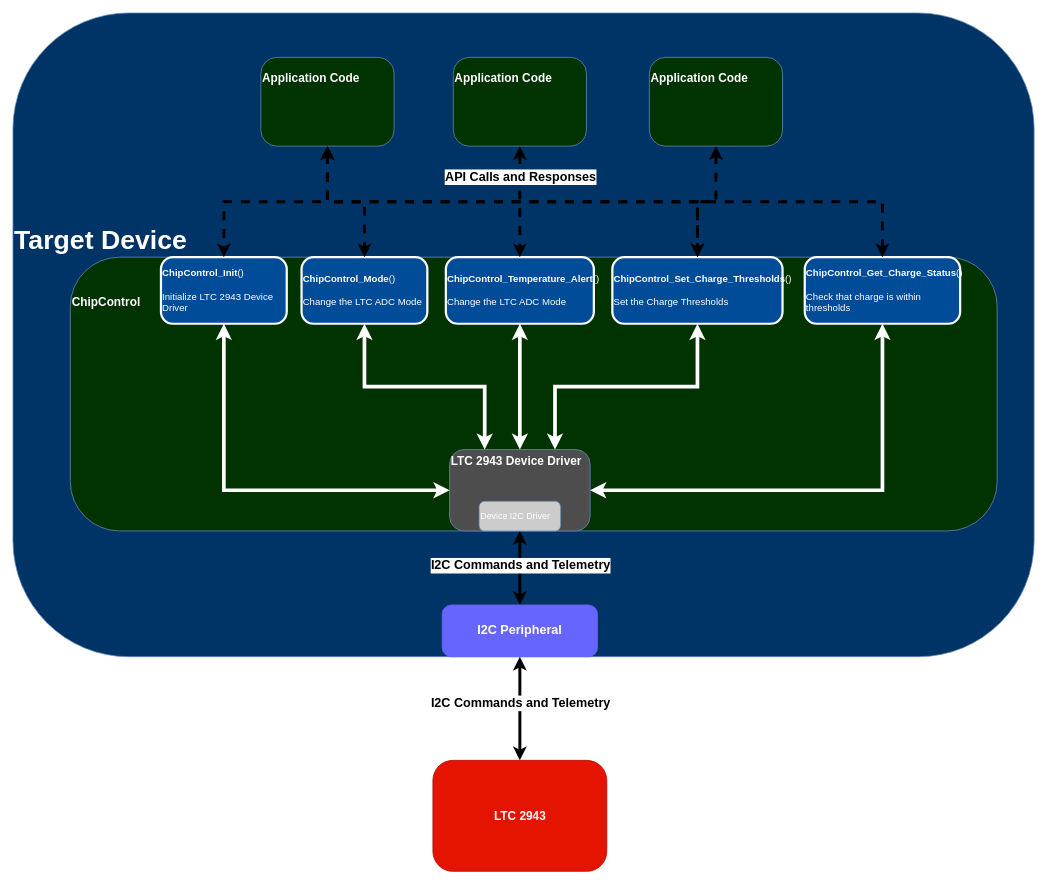
Earlier version of the draw.io diagram ChipControl_Architecture.drawio (lukeedward12/ChipControlDemo). Source tidied: cells renumbered, new cells numbered last; positions are measured from the earlier drawing's top-left corner, leaving out a move shared by most shapes. Both pictures are drawn from the tidied source at 74%, with x=0, y=0 at pixel (13, 13).
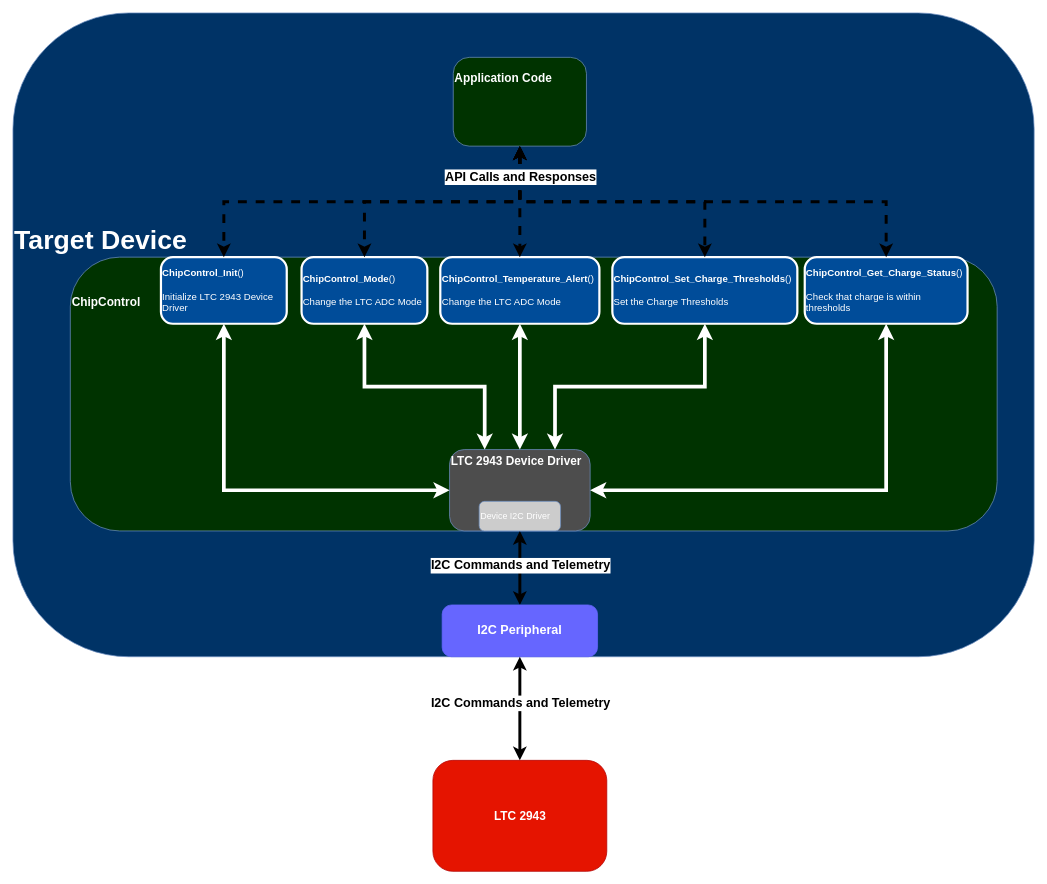
After the change.

The change refers to these unchanged cells:
```xml
<mxCell id="10" value="&lt;font color=&quot;#ffffff&quot; style=&quot;font-size: 13px;&quot;&gt;&lt;b style=&quot;font-size: 13px;&quot;&gt;ChipControl_Init&lt;/b&gt;()&lt;br style=&quot;font-size: 13px;&quot;&gt;&lt;br style=&quot;font-size: 13px;&quot;&gt;Initialize LTC 2943 Device Driver&lt;/font&gt;" style="rounded=1;whiteSpace=wrap;html=1;fillColor=#004C99;strokeColor=#FFFFFF;gradientColor=none;align=left;arcSize=18;strokeWidth=3;fontSize=13;" parent="1" vertex="1">
  <mxGeometry x="200" y="330" width="170" height="90" as="geometry" />
</mxCell>
<mxCell id="12" value="&lt;div style=&quot;line-height: 150%; font-size: 16px;&quot;&gt;&lt;span style=&quot;background-color: initial; color: rgb(255, 255, 255); font-size: 16px;&quot;&gt;Application Code&lt;/span&gt;&lt;br style=&quot;font-size: 16px;&quot;&gt;&lt;/div&gt;" style="rounded=1;whiteSpace=wrap;html=1;fillColor=#003300;strokeColor=#6c8ebf;gradientColor=none;align=left;arcSize=18;spacingTop=-65;fontSize=16;fontStyle=1;" parent="1" vertex="1">
  <mxGeometry x="595" y="60" width="180" height="120" as="geometry" />
</mxCell>
<mxCell id="14" value="&lt;font color=&quot;#ffffff&quot; style=&quot;font-size: 13px;&quot;&gt;&lt;b style=&quot;font-size: 13px;&quot;&gt;ChipControl_Mode&lt;/b&gt;()&lt;br style=&quot;font-size: 13px;&quot;&gt;&lt;br style=&quot;font-size: 13px;&quot;&gt;Change the LTC ADC Mode&lt;br style=&quot;font-size: 13px;&quot;&gt;&lt;/font&gt;" style="rounded=1;whiteSpace=wrap;html=1;fillColor=#004C99;strokeColor=#FFFFFF;gradientColor=none;align=left;arcSize=18;strokeWidth=3;fontSize=13;" parent="1" vertex="1">
  <mxGeometry x="390" y="330" width="170" height="90" as="geometry" />
</mxCell>
```

Diff of the diagram source:
```diff
@@
-    <mxCell id="11" value="&lt;div style=&quot;line-height: 150%; font-size: 16px;&quot;&gt;&lt;span style=&quot;background-color: initial; color: rgb(255, 255, 255); font-size: 16px;&quot;&gt;Application Code&lt;/span&gt;&lt;br style=&quot;font-size: 16px;&quot;&gt;&lt;/div&gt;" style="rounded=1;whiteSpace=wrap;html=1;fillColor=#003300;strokeColor=#6c8ebf;gradientColor=none;align=left;arcSize=18;spacingTop=-65;fontSize=16;fontStyle=1;" parent="1" vertex="1">
-      <mxGeometry x="335" y="60" width="180" height="120" as="geometry" />
-    </mxCell>
@@
-    <mxCell id="13" value="&lt;div style=&quot;line-height: 150%; font-size: 16px;&quot;&gt;&lt;span style=&quot;background-color: initial; color: rgb(255, 255, 255); font-size: 16px;&quot;&gt;Application Code&lt;/span&gt;&lt;br style=&quot;font-size: 16px;&quot;&gt;&lt;/div&gt;" style="rounded=1;whiteSpace=wrap;html=1;fillColor=#003300;strokeColor=#6c8ebf;gradientColor=none;align=left;arcSize=18;spacingTop=-65;fontSize=16;fontStyle=1;" parent="1" vertex="1">
-      <mxGeometry x="860" y="60" width="180" height="120" as="geometry" />
-    </mxCell>
@@
     <mxCell id="15" value="&lt;font color=&quot;#ffffff&quot; style=&quot;font-size: 13px;&quot;&gt;&lt;b style=&quot;font-size: 13px;&quot;&gt;ChipControl_Temperature_Alert&lt;/b&gt;()&lt;br style=&quot;font-size: 13px;&quot;&gt;&lt;br style=&quot;font-size: 13px;&quot;&gt;Change the LTC ADC Mode&lt;br style=&quot;font-size: 13px;&quot;&gt;&lt;/font&gt;" style="rounded=1;whiteSpace=wrap;html=1;fillColor=#004C99;strokeColor=#FFFFFF;gradientColor=none;align=left;arcSize=18;strokeWidth=3;fontSize=13;" parent="1" vertex="1">
-      <mxGeometry x="585" y="330" width="200" height="90" as="geometry" />
+      <mxGeometry x="577.5" y="330" width="215" height="90" as="geometry" />
     </mxCell>
     <mxCell id="16" value="&lt;font color=&quot;#ffffff&quot; style=&quot;font-size: 13px;&quot;&gt;&lt;b style=&quot;font-size: 13px;&quot;&gt;ChipControl_Get_Charge_Status&lt;/b&gt;()&lt;br style=&quot;font-size: 13px;&quot;&gt;&lt;br style=&quot;font-size: 13px;&quot;&gt;Check that charge is within thresholds&lt;br style=&quot;font-size: 13px;&quot;&gt;&lt;/font&gt;" style="rounded=1;whiteSpace=wrap;html=1;fillColor=#004C99;strokeColor=#FFFFFF;gradientColor=none;align=left;arcSize=18;strokeWidth=3;fontSize=13;" parent="1" vertex="1">
-      <mxGeometry x="1070" y="330" width="210" height="90" as="geometry" />
+      <mxGeometry x="1070" y="330" width="220" height="90" as="geometry" />
     </mxCell>
     <mxCell id="17" value="&lt;font color=&quot;#ffffff&quot; style=&quot;font-size: 13px;&quot;&gt;&lt;b style=&quot;font-size: 13px;&quot;&gt;ChipControl_Set_Charge_Thresholds&lt;/b&gt;()&lt;br style=&quot;font-size: 13px;&quot;&gt;&lt;br style=&quot;font-size: 13px;&quot;&gt;Set the Charge Thresholds&lt;br style=&quot;font-size: 13px;&quot;&gt;&lt;/font&gt;" style="rounded=1;whiteSpace=wrap;html=1;fillColor=#004C99;strokeColor=#FFFFFF;gradientColor=none;align=left;arcSize=18;strokeWidth=3;fontSize=13;" parent="1" vertex="1">
-      <mxGeometry x="810" y="330" width="230" height="90" as="geometry" />
+      <mxGeometry x="810" y="330" width="250" height="90" as="geometry" />
     </mxCell>
@@
-    <mxCell id="22" style="edgeStyle=orthogonalEdgeStyle;rounded=0;jettySize=auto;html=1;exitX=0.5;exitY=1;exitDx=0;exitDy=0;entryX=0.5;entryY=0;entryDx=0;entryDy=0;startArrow=classic;startFill=1;strokeWidth=4;fontSize=42;fontStyle=1;dashed=1;" parent="1" edge="1" source="12" target="15">
-      <mxGeometry relative="1" as="geometry" />
-    </mxCell>
-    <mxCell id="23" value="&lt;font size=&quot;1&quot; style=&quot;&quot;&gt;&lt;b style=&quot;font-size: 17px;&quot;&gt;API Calls and Responses&lt;/b&gt;&lt;/font&gt;" style="edgeLabel;html=1;align=center;verticalAlign=middle;" parent="22" vertex="1">
-      <mxGeometry x="-0.18" y="4" relative="1" as="geometry">
-        <mxPoint x="-4" y="-21" as="offset" />
-      </mxGeometry>
-    </mxCell>
-    <mxCell id="24" style="edgeStyle=orthogonalEdgeStyle;rounded=0;jettySize=auto;html=1;exitX=0.5;exitY=1;exitDx=0;exitDy=0;startArrow=classic;startFill=1;strokeWidth=4;fontSize=42;fontStyle=1;dashed=1;" parent="1" edge="1" source="11" target="14">
-      <mxGeometry relative="1" as="geometry" />
-    </mxCell>
-    <mxCell id="25" style="edgeStyle=orthogonalEdgeStyle;rounded=0;jettySize=auto;html=1;exitX=0.5;exitY=1;exitDx=0;exitDy=0;startArrow=classic;startFill=1;strokeWidth=4;fontSize=42;fontStyle=1;dashed=1;entryX=0.5;entryY=0;entryDx=0;entryDy=0;" parent="1" edge="1" source="11" target="10">
-      <mxGeometry relative="1" as="geometry" />
-    </mxCell>
-    <mxCell id="26" style="edgeStyle=orthogonalEdgeStyle;rounded=0;jettySize=auto;html=1;exitX=0.5;exitY=1;exitDx=0;exitDy=0;startArrow=classic;startFill=1;strokeWidth=4;fontSize=42;fontStyle=1;dashed=1;entryX=0.5;entryY=0;entryDx=0;entryDy=0;" parent="1" edge="1" source="11" target="17">
-      <mxGeometry relative="1" as="geometry" />
-    </mxCell>
-    <mxCell id="27" style="edgeStyle=orthogonalEdgeStyle;rounded=0;jettySize=auto;html=1;exitX=0.5;exitY=1;exitDx=0;exitDy=0;startArrow=classic;startFill=1;strokeWidth=4;fontSize=42;fontStyle=1;dashed=1;entryX=0.5;entryY=0;entryDx=0;entryDy=0;" parent="1" edge="1" source="13" target="17">
-      <mxGeometry relative="1" as="geometry" />
-    </mxCell>
-    <mxCell id="28" style="edgeStyle=orthogonalEdgeStyle;rounded=0;jettySize=auto;html=1;exitX=0.5;exitY=1;exitDx=0;exitDy=0;startArrow=classic;startFill=1;strokeWidth=4;fontSize=42;fontStyle=1;dashed=1;entryX=0.5;entryY=0;entryDx=0;entryDy=0;" parent="1" edge="1" source="11" target="16">
-      <mxGeometry relative="1" as="geometry" />
-    </mxCell>
@@
+    <mxCell id="32" style="edgeStyle=orthogonalEdgeStyle;rounded=0;jettySize=auto;html=1;exitX=0.5;exitY=1;exitDx=0;exitDy=0;startArrow=classic;startFill=1;strokeWidth=4;fontSize=42;fontStyle=1;dashed=1;" parent="1" edge="1" source="12" target="14">
+      <mxGeometry relative="1" as="geometry" />
+    </mxCell>
+    <mxCell id="33" style="edgeStyle=orthogonalEdgeStyle;rounded=0;jettySize=auto;html=1;exitX=0.5;exitY=1;exitDx=0;exitDy=0;startArrow=classic;startFill=1;strokeWidth=4;fontSize=42;fontStyle=1;dashed=1;" parent="1" edge="1" source="12" target="10">
+      <mxGeometry relative="1" as="geometry" />
+    </mxCell>
+    <mxCell id="34" style="edgeStyle=orthogonalEdgeStyle;rounded=0;jettySize=auto;html=1;exitX=0.5;exitY=1;exitDx=0;exitDy=0;startArrow=classic;startFill=1;strokeWidth=4;fontSize=42;fontStyle=1;dashed=1;" parent="1" edge="1" source="12" target="17">
+      <mxGeometry relative="1" as="geometry" />
+    </mxCell>
+    <mxCell id="35" style="edgeStyle=orthogonalEdgeStyle;rounded=0;jettySize=auto;html=1;exitX=0.5;exitY=1;exitDx=0;exitDy=0;startArrow=classic;startFill=1;strokeWidth=4;fontSize=42;fontStyle=1;dashed=1;" parent="1" edge="1" source="12" target="16">
+      <mxGeometry relative="1" as="geometry" />
+    </mxCell>
+    <mxCell id="22" style="edgeStyle=orthogonalEdgeStyle;rounded=0;jettySize=auto;html=1;exitX=0.5;exitY=1;exitDx=0;exitDy=0;entryX=0.5;entryY=0;entryDx=0;entryDy=0;startArrow=classic;startFill=1;strokeWidth=4;fontSize=42;fontStyle=1;dashed=1;" parent="1" edge="1" source="12" target="15">
+      <mxGeometry relative="1" as="geometry" />
+    </mxCell>
+    <mxCell id="23" value="&lt;font size=&quot;1&quot; style=&quot;&quot;&gt;&lt;b style=&quot;font-size: 17px;&quot;&gt;API Calls and Responses&lt;/b&gt;&lt;/font&gt;" style="edgeLabel;html=1;align=center;verticalAlign=middle;" parent="22" vertex="1">
+      <mxGeometry x="-0.18" y="4" relative="1" as="geometry">
+        <mxPoint x="-4" y="-21" as="offset" />
+      </mxGeometry>
+    </mxCell>
```
